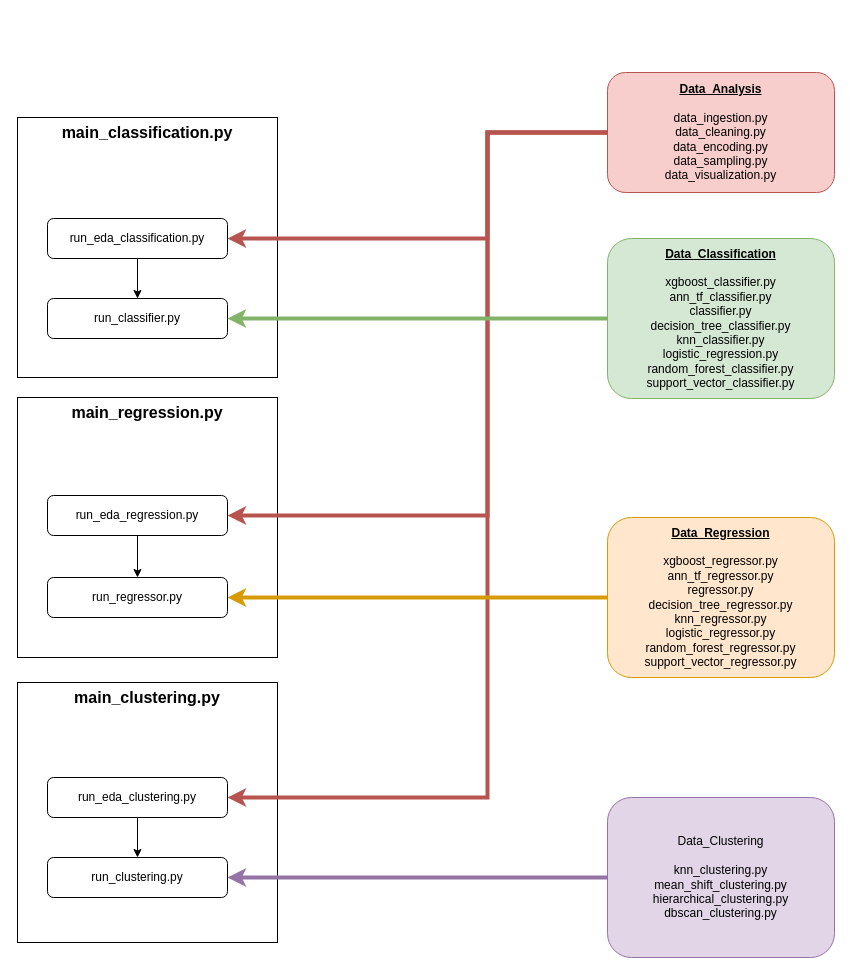
mossdet/ml_framework keeps this draw.io diagram as Flowchart/ml_framework_flowchart.drawio. Above is the earlier version. Source tidied: cells renumbered, new cells numbered last; positions are measured from the earlier drawing's top-left corner, leaving out a move shared by most shapes. Both pictures are drawn from the tidied source at 100%, with x=0, y=0 at pixel (17, 72).
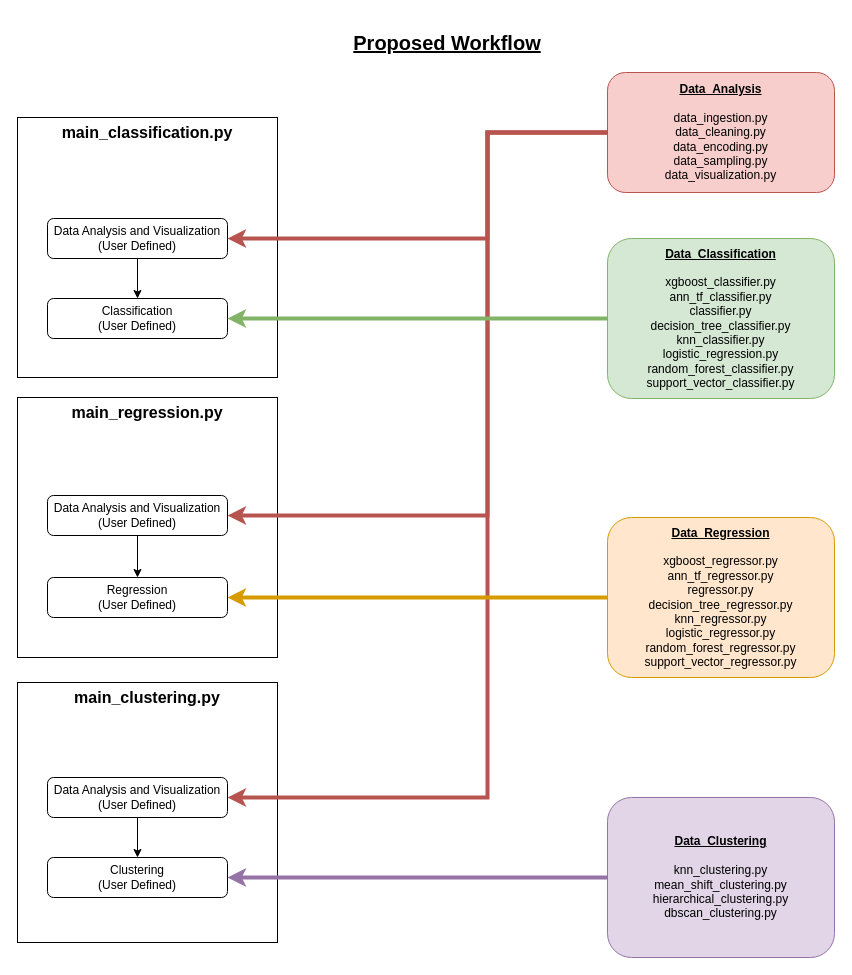
The same diagram, later.

Commit message (it also covers changes not shown here):
Update Flowchart showing proposed workflow

Diff of the diagram source:
```diff
@@
-    <mxCell id="6" value="run_eda_classification.py" style="rounded=1;whiteSpace=wrap;html=1;fontSize=12;glass=0;strokeWidth=1;shadow=0;" parent="1" vertex="1">
+    <mxCell id="6" value="&lt;div&gt;Data Analysis and Visualization&lt;/div&gt;&lt;div&gt;(User Defined)&lt;br&gt;&lt;/div&gt;" style="rounded=1;whiteSpace=wrap;html=1;fontSize=12;glass=0;strokeWidth=1;shadow=0;" parent="1" vertex="1">
       <mxGeometry x="30" y="146" width="180" height="40" as="geometry" />
     </mxCell>
@@
-    <mxCell id="11" value="run_classifier.py" style="rounded=1;whiteSpace=wrap;html=1;fontSize=12;glass=0;strokeWidth=1;shadow=0;" parent="1" vertex="1">
+    <mxCell id="11" value="&lt;div&gt;Classification&lt;/div&gt;&lt;div&gt;(User Defined)&lt;br&gt;&lt;/div&gt;" style="rounded=1;whiteSpace=wrap;html=1;fontSize=12;glass=0;strokeWidth=1;shadow=0;" parent="1" vertex="1">
       <mxGeometry x="30" y="226" width="180" height="40" as="geometry" />
     </mxCell>
@@
-    <mxCell id="17" value="run_eda_regression.py" style="rounded=1;whiteSpace=wrap;html=1;fontSize=12;glass=0;strokeWidth=1;shadow=0;" parent="1" vertex="1">
+    <mxCell id="17" value="&lt;div&gt;Data Analysis and Visualization&lt;/div&gt;&lt;div&gt;(User Defined)&lt;br&gt;&lt;/div&gt;" style="rounded=1;whiteSpace=wrap;html=1;fontSize=12;glass=0;strokeWidth=1;shadow=0;" parent="1" vertex="1">
       <mxGeometry x="30" y="423" width="180" height="40" as="geometry" />
     </mxCell>
-    <mxCell id="18" value="run_regressor.py" style="rounded=1;whiteSpace=wrap;html=1;fontSize=12;glass=0;strokeWidth=1;shadow=0;" parent="1" vertex="1">
+    <mxCell id="18" value="&lt;div&gt;Regression&lt;/div&gt;&lt;div&gt;(User Defined)&lt;br&gt;&lt;/div&gt;" style="rounded=1;whiteSpace=wrap;html=1;fontSize=12;glass=0;strokeWidth=1;shadow=0;" parent="1" vertex="1">
       <mxGeometry x="30" y="505" width="180" height="40" as="geometry" />
     </mxCell>
@@
-    <mxCell id="20" value="run_eda_clustering.py" style="rounded=1;whiteSpace=wrap;html=1;fontSize=12;glass=0;strokeWidth=1;shadow=0;" parent="1" vertex="1">
+    <mxCell id="20" value="&lt;div&gt;Data Analysis and Visualization&lt;/div&gt;&lt;div&gt;(User Defined)&lt;br&gt;&lt;/div&gt;" style="rounded=1;whiteSpace=wrap;html=1;fontSize=12;glass=0;strokeWidth=1;shadow=0;" parent="1" vertex="1">
       <mxGeometry x="30" y="705" width="180" height="40" as="geometry" />
     </mxCell>
-    <mxCell id="21" value="run_clustering.py" style="rounded=1;whiteSpace=wrap;html=1;fontSize=12;glass=0;strokeWidth=1;shadow=0;" parent="1" vertex="1">
+    <mxCell id="21" value="&lt;div&gt;Clustering&lt;/div&gt;&lt;div&gt;(User Defined)&lt;br&gt;&lt;/div&gt;" style="rounded=1;whiteSpace=wrap;html=1;fontSize=12;glass=0;strokeWidth=1;shadow=0;" parent="1" vertex="1">
       <mxGeometry x="30" y="785" width="180" height="40" as="geometry" />
     </mxCell>
@@
-    <mxCell id="23" value="Data_Clustering&lt;div&gt;&lt;br&gt;&lt;/div&gt;&lt;div&gt;&lt;div&gt;knn_clustering.py&lt;/div&gt;&lt;div&gt;&lt;span style=&quot;background-color: initial;&quot;&gt;mean_shift_clustering.py&lt;/span&gt;&lt;/div&gt;&lt;div&gt;&lt;span style=&quot;background-color: initial;&quot;&gt;hierarchical_clustering&lt;/span&gt;.py&lt;/div&gt;&lt;div&gt;dbscan_clustering.py&lt;/div&gt;&lt;/div&gt;" style="rounded=1;whiteSpace=wrap;html=1;fontSize=12;glass=0;strokeWidth=1;shadow=0;fillColor=#e1d5e7;strokeColor=#9673a6;" parent="1" vertex="1">
+    <mxCell id="23" value="&lt;u&gt;&lt;b&gt;Data_Clustering&lt;/b&gt;&lt;/u&gt;&lt;div&gt;&lt;br&gt;&lt;/div&gt;&lt;div&gt;&lt;div&gt;knn_clustering.py&lt;/div&gt;&lt;div&gt;&lt;span style=&quot;background-color: initial;&quot;&gt;mean_shift_clustering.py&lt;/span&gt;&lt;/div&gt;&lt;div&gt;&lt;span style=&quot;background-color: initial;&quot;&gt;hierarchical_clustering&lt;/span&gt;.py&lt;/div&gt;&lt;div&gt;dbscan_clustering.py&lt;/div&gt;&lt;/div&gt;" style="rounded=1;whiteSpace=wrap;html=1;fontSize=12;glass=0;strokeWidth=1;shadow=0;fillColor=#e1d5e7;strokeColor=#9673a6;" parent="1" vertex="1">
       <mxGeometry x="590" y="725" width="227" height="160" as="geometry" />
     </mxCell>
@@
+    <mxCell id="27" value="Proposed Workflow" style="text;html=1;align=center;verticalAlign=middle;whiteSpace=wrap;rounded=0;fontSize=20;fontStyle=5;" parent="1" vertex="1">
+      <mxGeometry x="200" y="-55" width="460" height="50" as="geometry" />
+    </mxCell>
```
